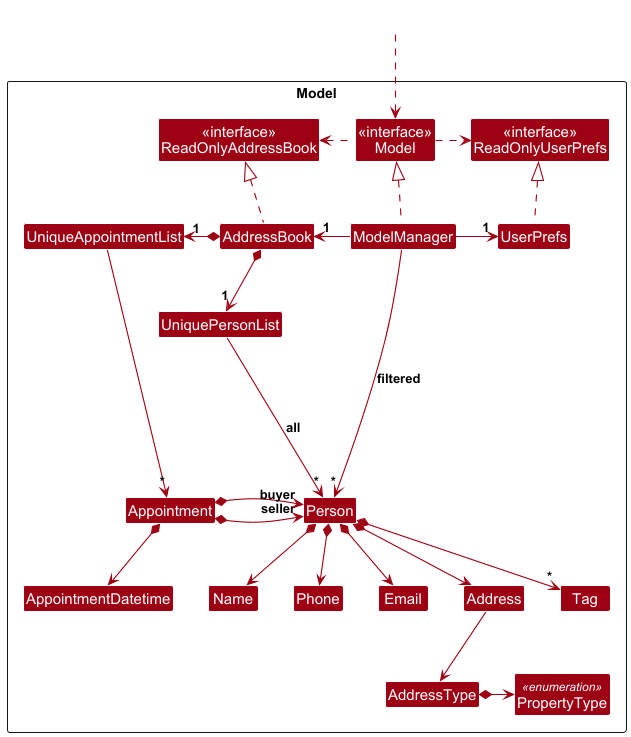
Above: docs/images/ModelClassDiagram.png in ngjsjordan/tp (PlantUML), before the change.
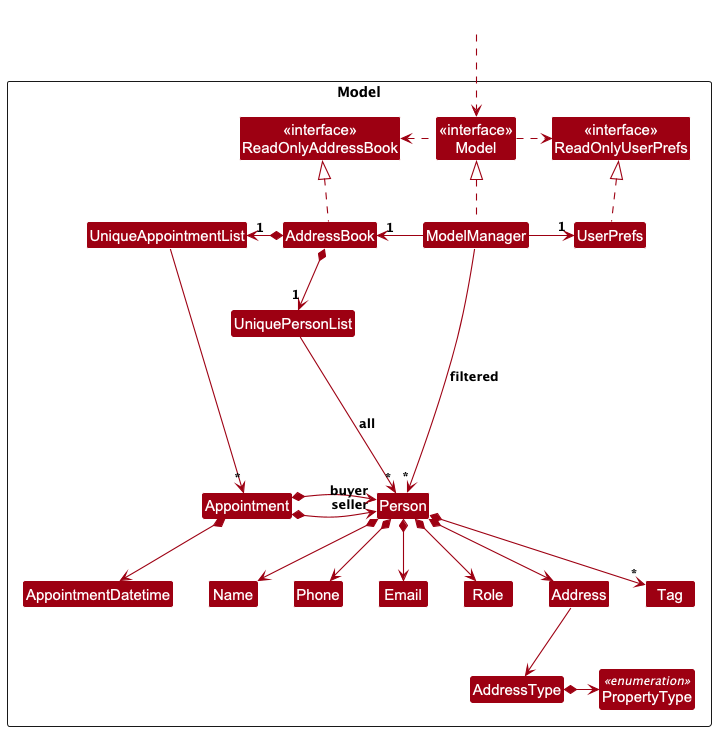
Later version of the same file.

Commit message:
Update UML Diagrams to reflect roles

What changed in the source:
```diff
@@ -18,6 +18,7 @@
 Class Email
 Class Name
 Class Phone
+Class Role
 Class Tag
 
 Class AddressType
@@ -52,6 +53,7 @@
 UniquePersonList --> "~*" Person : all
 Person *--> Name
 Person *--> Phone
+Person *--> Role
 Person *--> Email
 Person *--> Address
 Person *--> "*" Tag
@@ -64,7 +66,8 @@
 
 Name -[hidden]right-> Phone
 Phone -[hidden]right-> Email
-Email -[hidden]right-> Address
+Email -[hidden]right-> Role
+Role -[hidden]right-> Address
 
 ModelManager --> "~*" Person : filtered
 @enduml
```
